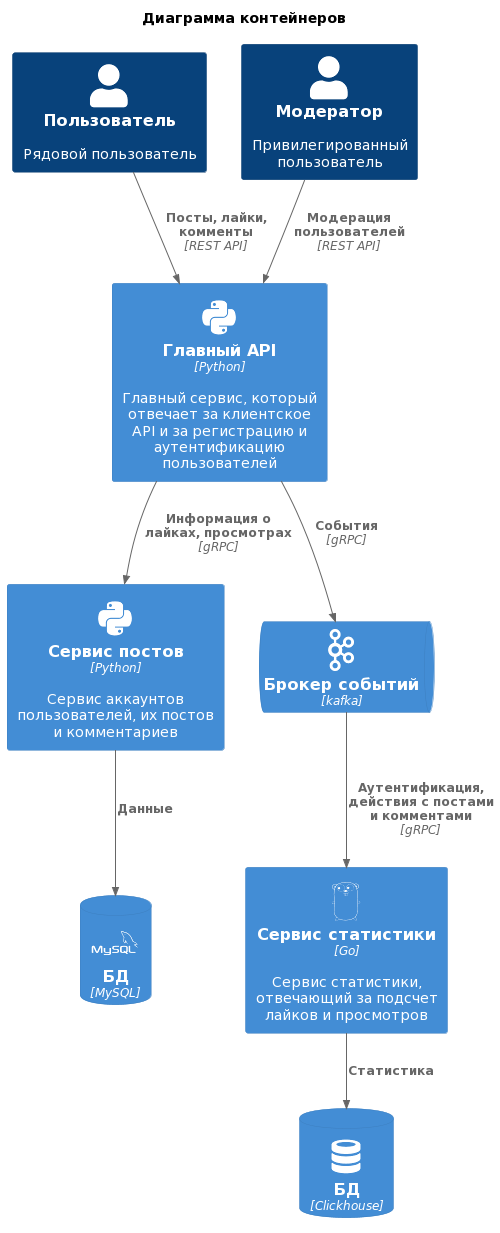
Above: doc/c4-containers.png in ramses44/soa-project (PlantUML), before the change. Its source is kept beside it as doc/C4-containers.puml.
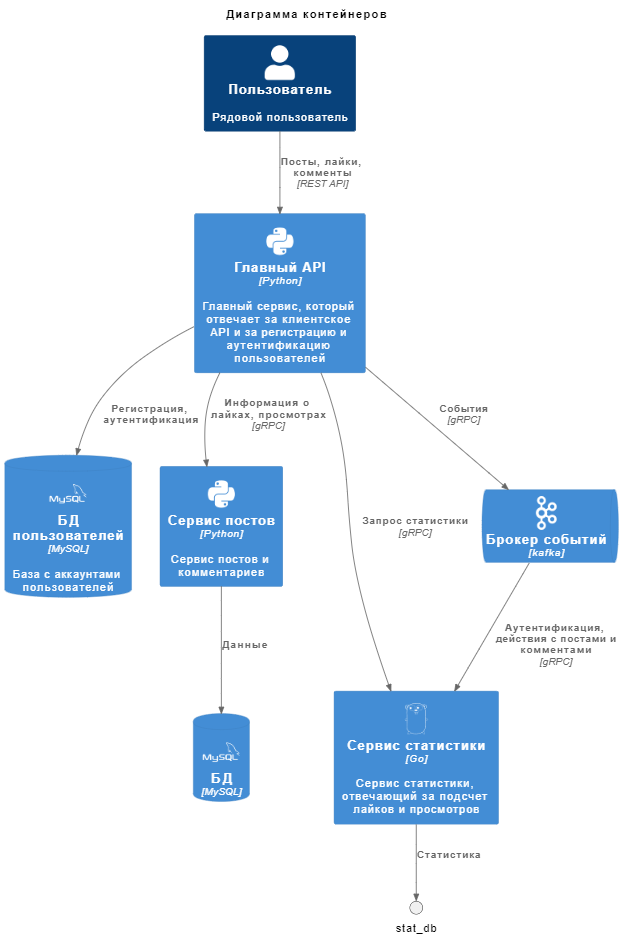
After the change.

Diff of the diagram source:
```diff
@@ -12,21 +12,21 @@
 title Диаграмма контейнеров
 
 Person(user, "Пользователь", "Рядовой пользователь")
-Person(moder, "Модератор", "Привилегированный пользователь")
 
 Container(gateway, "Главный API", "Python", "Главный сервис, который отвечает за клиентское API и за регистрацию и аутентификацию пользователей", "python")
+ContainerDb(user_db, "БД \nпользователей", "MySQL", "База с аккаунтами пользователей", "mysql_wordmark")
 
-Container(posts, "Сервис постов", "Python", "Сервис аккаунтов пользователей, их постов и комментариев", "python")
+Container(posts, "Сервис постов", "Python", "Сервис постов и комментариев", "python")
 Container(stats, "Сервис статистики", "Go", "Сервис статистики, отвечающий за подсчет лайков и просмотров", "go")
 
 ContainerQueue(broker, "Брокер событий", "kafka", "", "kafka")
 
 ContainerDb(post_db, "БД", "MySQL", "", "mysql_wordmark")
-ContainerDb(stat_db, "БД", "Clickhouse", "", "database")
 
 Rel(user, gateway, "Посты, лайки, комменты", "REST API")
-Rel(moder, gateway, "Модерация пользователей", "REST API")
 
+Rel(gateway, user_db, "Регистрация, аутентификация")
+Rel(gateway, stats, "Запрос статистики", "gRPC")
 Rel(gateway, broker, "События", "gRPC")
 Rel(broker, stats, "Аутентификация, действия с постами и комментами", "gRPC")
 Rel(gateway, posts, "Информация о лайках, просмотрах", "gRPC")
```
